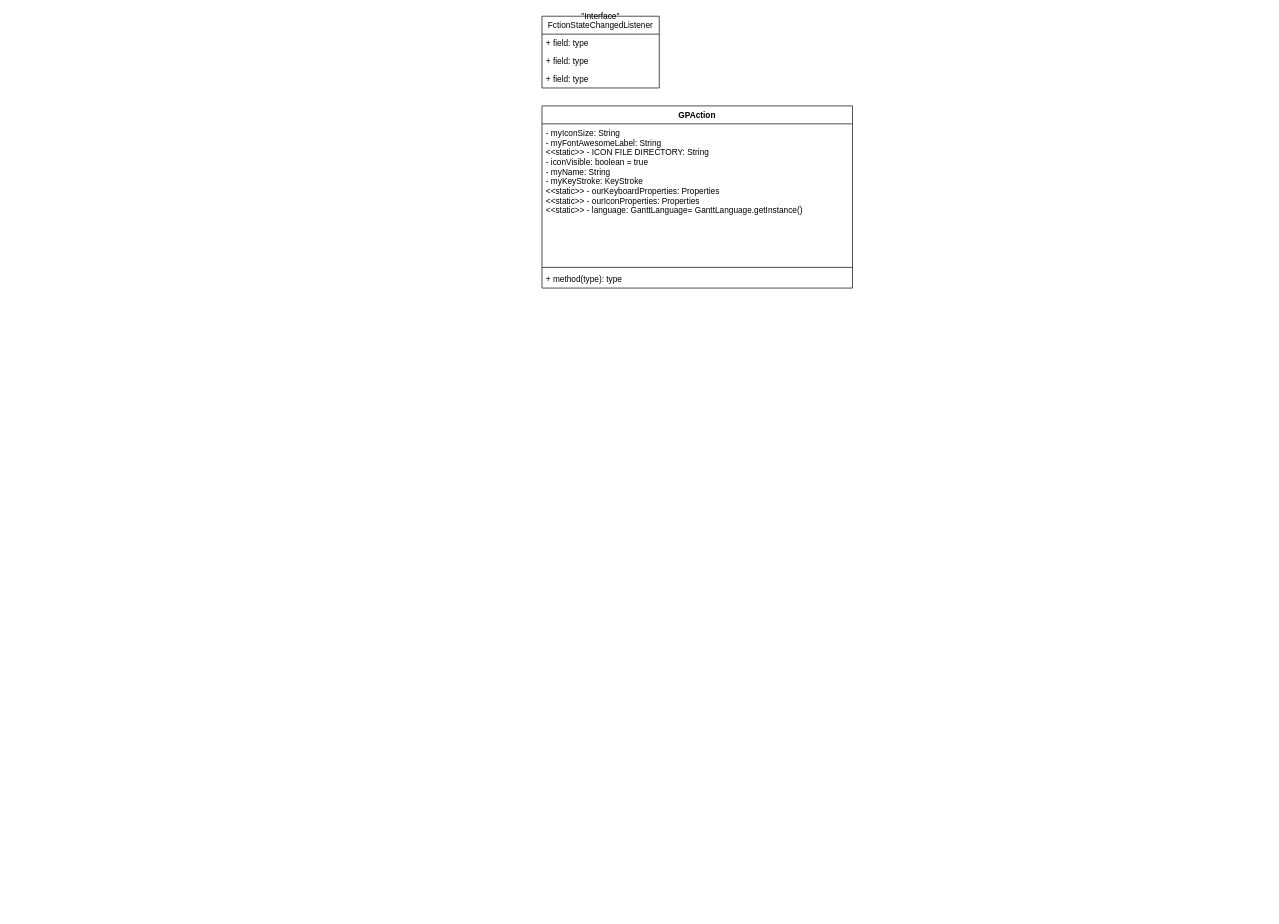
This is riverse.drawio from victoriayolshina/dia, a draw.io file, before an edit. Source tidied: cells renumbered, new cells numbered last; positions are measured from the earlier drawing's top-left corner, leaving out a move shared by most shapes. Both pictures are drawn from the tidied source at 69%, with x=0, y=0 at pixel (542, 16).
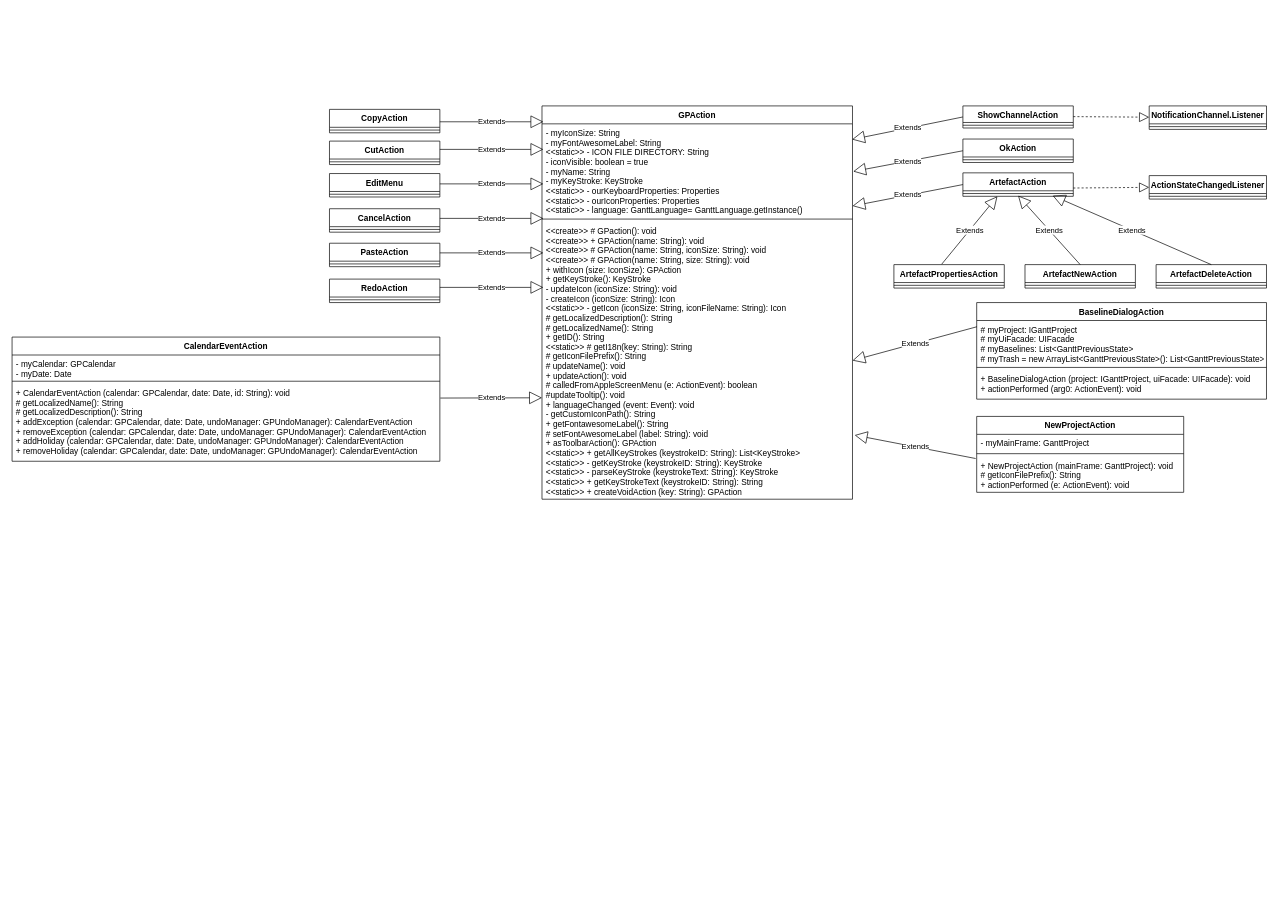
The same page after the edit.

Diff of the diagram source:
```diff
@@
-    <mxCell id="2" value="&quot;Interface&quot;&#10;FctionStateChangedListener&#10;" style="swimlane;fontStyle=0;horizontal=1;startSize=26;fillColor=none;" parent="1" vertex="1">
-      <mxGeometry width="170" height="104" as="geometry" />
-    </mxCell>
-    <mxCell id="3" value="+ field: type" style="text;strokeColor=none;fillColor=none;align=left;verticalAlign=top;spacingLeft=4;spacingRight=4;overflow=hidden;" parent="2" vertex="1">
-      <mxGeometry y="26" width="170" height="26" as="geometry" />
-    </mxCell>
-    <mxCell id="4" value="+ field: type" style="text;strokeColor=none;fillColor=none;align=left;verticalAlign=top;spacingLeft=4;spacingRight=4;overflow=hidden;" parent="2" vertex="1">
-      <mxGeometry y="52" width="170" height="26" as="geometry" />
-    </mxCell>
-    <mxCell id="5" value="+ field: type" style="text;strokeColor=none;fillColor=none;align=left;verticalAlign=top;spacingLeft=4;spacingRight=4;overflow=hidden;" parent="2" vertex="1">
-      <mxGeometry y="78" width="170" height="26" as="geometry" />
-    </mxCell>
+    <mxCell id="10" style="edgeStyle=orthogonalEdgeStyle;rounded=0;orthogonalLoop=1;jettySize=auto;html=1;" parent="1" edge="1">
+      <mxGeometry relative="1" as="geometry">
+        <mxPoint x="-145" y="1290" as="sourcePoint" />
+        <mxPoint x="-145" y="1290" as="targetPoint" />
+      </mxGeometry>
+    </mxCell>
     <mxCell id="6" value="GPAction" style="swimlane;fontStyle=1;align=center;verticalAlign=top;horizontal=1;startSize=26;" parent="1" vertex="1">
-      <mxGeometry y="130" width="450" height="264" as="geometry" />
+      <mxGeometry y="130" width="450" height="570" as="geometry" />
     </mxCell>
     <mxCell id="7" value="- myIconSize: String&#10;- myFontAwesomeLabel: String&#10;&lt;&lt;static&gt;&gt; - ICON FILE DIRECTORY: String&#10;- iconVisible: boolean = true&#10;- myName: String&#10;- myKeyStroke: KeyStroke&#10;&lt;&lt;static&gt;&gt; - ourKeyboardProperties: Properties&#10;&lt;&lt;static&gt;&gt; - ourIconProperties: Properties&#10;&lt;&lt;static&gt;&gt; - language: GanttLanguage= GanttLanguage.getInstance()&#10;" style="text;strokeColor=none;fillColor=none;align=left;verticalAlign=top;spacingLeft=4;spacingRight=4;overflow=hidden;" parent="6" vertex="1">
-      <mxGeometry y="26" width="450" height="204" as="geometry" />
+      <mxGeometry y="26" width="450" height="134" as="geometry" />
     </mxCell>
     <mxCell id="8" style="line;strokeWidth=1;fillColor=none;align=left;verticalAlign=middle;spacingTop=-1;spacingLeft=3;spacingRight=3;labelPosition=right;" parent="6" vertex="1">
-      <mxGeometry y="230" width="450" height="8" as="geometry" />
+      <mxGeometry y="160" width="450" height="8" as="geometry" />
     </mxCell>
-    <mxCell id="9" value="+ method(type): type" style="text;strokeColor=none;fillColor=none;align=left;verticalAlign=top;spacingLeft=4;spacingRight=4;overflow=hidden;points=[[0,0.5],[1,0.5]];portConstraint=eastwest;" parent="6" vertex="1">
-      <mxGeometry y="238" width="450" height="26" as="geometry" />
+    <mxCell id="9" value="&lt;&lt;create&gt;&gt; # GPaction(): void&#10;&lt;&lt;create&gt;&gt; + GPAction(name: String): void&#10;&lt;&lt;create&gt;&gt; # GPAction(name: String, iconSize: String): void&#10;&lt;&lt;create&gt;&gt; # GPAction(name: String, size: String): void&#10;+ withIcon (size: IconSize): GPAction&#10;+ getKeyStroke(): KeyStroke&#10;- updateIcon (iconSize: String): void&#10;- createIcon (iconSize: String): Icon&#10;&lt;&lt;static&gt;&gt; - getIcon (iconSize: String, iconFileName: String): Icon&#10;# getLocalizedDescription(): String&#10;# getLocalizedName(): String&#10;+ getID(): String&#10;&lt;&lt;static&gt;&gt; # getI18n(key: String): String&#10;# getIconFilePrefix(): String&#10;# updateName(): void&#10;+ updateAction(): void&#10;# calledFromAppleScreenMenu (e: ActionEvent): boolean&#10;#updateTooltip(): void&#10;+ languageChanged (event: Event): void&#10;- getCustomIconPath(): String&#10;+ getFontawesomeLabel(): String&#10;# setFontAwesomeLabel (label: String): void&#10;+ asToolbarAction(): GPAction&#10;&lt;&lt;static&gt;&gt; + getAllKeyStrokes (keystrokeID: String): List&lt;KeyStroke&gt;&#10;&lt;&lt;static&gt;&gt; - getKeyStroke (keystrokeID: String): KeyStroke&#10;&lt;&lt;static&gt;&gt; - parseKeyStroke (keystrokeText: String): KeyStroke&#10;&lt;&lt;static&gt;&gt; + getKeyStrokeText (keystrokeID: String): String&#10;&lt;&lt;static&gt;&gt; + createVoidAction (key: String): GPAction&#10;" style="text;strokeColor=none;fillColor=none;align=left;verticalAlign=top;spacingLeft=4;spacingRight=4;overflow=hidden;points=[[0,0.5],[1,0.5]];portConstraint=eastwest;" parent="6" vertex="1">
+      <mxGeometry y="168" width="450" height="402" as="geometry" />
     </mxCell>
+    <mxCell id="11" value="ShowChannelAction" style="swimlane;fontStyle=1;align=center;verticalAlign=top;horizontal=1;startSize=24;" parent="1" vertex="1">
+      <mxGeometry x="610" y="130" width="160" height="32" as="geometry" />
+    </mxCell>
+    <mxCell id="12" style="line;strokeWidth=1;fillColor=none;align=left;verticalAlign=middle;spacingTop=-1;spacingLeft=3;spacingRight=3;labelPosition=right;" parent="11" vertex="1">
+      <mxGeometry y="24" width="160" height="8" as="geometry" />
+    </mxCell>
+    <mxCell id="13" value="Extends" style="endArrow=block;endSize=16;endFill=0;html=1;exitX=0;exitY=0.5;exitDx=0;exitDy=0;entryX=0.999;entryY=0.467;entryDx=0;entryDy=0;entryPerimeter=0;" parent="1" edge="1" source="11">
+      <mxGeometry relative="1" as="geometry">
+        <mxPoint x="449.4" y="178.6" as="targetPoint" />
+      </mxGeometry>
+    </mxCell>
+    <mxCell id="14" style="endArrow=block;dashed=1;endFill=0;endSize=12;html=1;" parent="1" edge="1" target="15">
+      <mxGeometry relative="1" as="geometry">
+        <mxPoint x="770" y="145.5" as="sourcePoint" />
+      </mxGeometry>
+    </mxCell>
+    <mxCell id="15" value="NotificationChannel.Listener" style="swimlane;fontStyle=1;align=center;verticalAlign=top;horizontal=1;startSize=26;" parent="1" vertex="1">
+      <mxGeometry x="880" y="130" width="170" height="34" as="geometry" />
+    </mxCell>
+    <mxCell id="16" style="line;strokeWidth=1;fillColor=none;align=left;verticalAlign=middle;spacingTop=-1;spacingLeft=3;spacingRight=3;labelPosition=right;" parent="15" vertex="1">
+      <mxGeometry y="26" width="170" height="8" as="geometry" />
+    </mxCell>
+    <mxCell id="17" value="OkAction" style="swimlane;fontStyle=1;align=center;verticalAlign=top;horizontal=1;startSize=26;" parent="1" vertex="1">
+      <mxGeometry x="610" y="178" width="160" height="34" as="geometry" />
+    </mxCell>
+    <mxCell id="18" style="line;strokeWidth=1;fillColor=none;align=left;verticalAlign=middle;spacingTop=-1;spacingLeft=3;spacingRight=3;labelPosition=right;" parent="17" vertex="1">
+      <mxGeometry y="26" width="160" height="8" as="geometry" />
+    </mxCell>
+    <mxCell id="19" value="Extends" style="endArrow=block;endSize=16;endFill=0;html=1;exitX=0;exitY=0.5;exitDx=0;exitDy=0;entryX=1.003;entryY=0.813;entryDx=0;entryDy=0;entryPerimeter=0;" parent="1" edge="1" source="17">
+      <mxGeometry relative="1" as="geometry">
+        <mxPoint x="451" y="225" as="targetPoint" />
+      </mxGeometry>
+    </mxCell>
+    <mxCell id="20" value="ArtefactAction" style="swimlane;fontStyle=1;align=center;verticalAlign=top;horizontal=1;startSize=26;" parent="1" vertex="1">
+      <mxGeometry x="610" y="227" width="160" height="34" as="geometry" />
+    </mxCell>
+    <mxCell id="21" style="line;strokeWidth=1;fillColor=none;align=left;verticalAlign=middle;spacingTop=-1;spacingLeft=3;spacingRight=3;labelPosition=right;" parent="20" vertex="1">
+      <mxGeometry y="26" width="160" height="8" as="geometry" />
+    </mxCell>
+    <mxCell id="22" value="ActionStateChangedListener" style="swimlane;fontStyle=1;align=center;verticalAlign=top;horizontal=1;startSize=26;" parent="1" vertex="1">
+      <mxGeometry x="880" y="231" width="170" height="34" as="geometry" />
+    </mxCell>
+    <mxCell id="23" style="line;strokeWidth=1;fillColor=none;align=left;verticalAlign=middle;spacingTop=-1;spacingLeft=3;spacingRight=3;labelPosition=right;" parent="22" vertex="1">
+      <mxGeometry y="26" width="170" height="8" as="geometry" />
+    </mxCell>
+    <mxCell id="24" style="endArrow=block;dashed=1;endFill=0;endSize=12;html=1;" parent="1" edge="1">
+      <mxGeometry relative="1" as="geometry">
+        <mxPoint x="770" y="249" as="sourcePoint" />
+        <mxPoint x="880" y="248" as="targetPoint" />
+      </mxGeometry>
+    </mxCell>
+    <mxCell id="25" value="Extends" style="endArrow=block;endSize=16;endFill=0;html=1;exitX=0;exitY=0.5;exitDx=0;exitDy=0;" parent="1" edge="1" source="20">
+      <mxGeometry relative="1" as="geometry">
+        <mxPoint x="450" y="275" as="targetPoint" />
+      </mxGeometry>
+    </mxCell>
+    <mxCell id="26" value="ArtefactDeleteAction" style="swimlane;fontStyle=1;align=center;verticalAlign=top;horizontal=1;startSize=26;" parent="1" vertex="1">
+      <mxGeometry x="890" y="360" width="160" height="34" as="geometry" />
+    </mxCell>
+    <mxCell id="27" style="line;strokeWidth=1;fillColor=none;align=left;verticalAlign=middle;spacingTop=-1;spacingLeft=3;spacingRight=3;labelPosition=right;" parent="26" vertex="1">
+      <mxGeometry y="26" width="160" height="8" as="geometry" />
+    </mxCell>
+    <mxCell id="28" value="ArtefactNewAction" style="swimlane;fontStyle=1;align=center;verticalAlign=top;horizontal=1;startSize=26;" parent="1" vertex="1">
+      <mxGeometry x="700" y="360" width="160" height="34" as="geometry" />
+    </mxCell>
+    <mxCell id="29" style="line;strokeWidth=1;fillColor=none;align=left;verticalAlign=middle;spacingTop=-1;spacingLeft=3;spacingRight=3;labelPosition=right;" parent="28" vertex="1">
+      <mxGeometry y="26" width="160" height="8" as="geometry" />
+    </mxCell>
+    <mxCell id="30" value="ArtefactPropertiesAction" style="swimlane;fontStyle=1;align=center;verticalAlign=top;horizontal=1;startSize=26;" parent="1" vertex="1">
+      <mxGeometry x="510" y="360" width="160" height="34" as="geometry" />
+    </mxCell>
+    <mxCell id="31" style="line;strokeWidth=1;fillColor=none;align=left;verticalAlign=middle;spacingTop=-1;spacingLeft=3;spacingRight=3;labelPosition=right;" parent="30" vertex="1">
+      <mxGeometry y="26" width="160" height="8" as="geometry" />
+    </mxCell>
+    <mxCell id="32" value="Extends" style="endArrow=block;endSize=16;endFill=0;html=1;exitX=0.433;exitY=-0.018;exitDx=0;exitDy=0;exitPerimeter=0;" parent="1" edge="1" source="30">
+      <mxGeometry relative="1" as="geometry">
+        <mxPoint x="660" y="261" as="targetPoint" />
+      </mxGeometry>
+    </mxCell>
+    <mxCell id="33" value="Extends" style="endArrow=block;endSize=16;endFill=0;html=1;exitX=0.5;exitY=0;exitDx=0;exitDy=0;" parent="1" edge="1" source="28">
+      <mxGeometry relative="1" as="geometry">
+        <mxPoint x="690" y="260" as="targetPoint" />
+      </mxGeometry>
+    </mxCell>
+    <mxCell id="34" value="Extends" style="endArrow=block;endSize=16;endFill=0;html=1;exitX=0.5;exitY=0;exitDx=0;exitDy=0;" parent="1" edge="1" source="26">
+      <mxGeometry relative="1" as="geometry">
+        <mxPoint x="740" y="260" as="targetPoint" />
+      </mxGeometry>
+    </mxCell>
+    <mxCell id="35" value="BaselineDialogAction" style="swimlane;fontStyle=1;align=center;verticalAlign=top;horizontal=1;startSize=26;" parent="1" vertex="1">
+      <mxGeometry x="630" y="415" width="420" height="140" as="geometry" />
+    </mxCell>
+    <mxCell id="36" value="# myProject: IGanttProject&#10;# myUiFacade: UIFacade&#10;# myBaselines: List&lt;GanttPreviousState&gt;&#10;# myTrash = new ArrayList&lt;GanttPreviousState&gt;(): List&lt;GanttPreviousState&gt;&#10;" style="text;strokeColor=none;fillColor=none;align=left;verticalAlign=top;spacingLeft=4;spacingRight=4;overflow=hidden;points=[[0,0.5],[1,0.5]];portConstraint=eastwest;" parent="35" vertex="1">
+      <mxGeometry y="26" width="420" height="64" as="geometry" />
+    </mxCell>
+    <mxCell id="37" style="line;strokeWidth=1;fillColor=none;align=left;verticalAlign=middle;spacingTop=-1;spacingLeft=3;spacingRight=3;labelPosition=right;" parent="35" vertex="1">
+      <mxGeometry y="90" width="420" height="8" as="geometry" />
+    </mxCell>
+    <mxCell id="38" value="+ BaselineDialogAction (project: IGanttProject, uiFacade: UIFacade): void&#10;+ actionPerformed (arg0: ActionEvent): void&#10;" style="text;strokeColor=none;fillColor=none;align=left;verticalAlign=top;spacingLeft=4;spacingRight=4;overflow=hidden;" parent="35" vertex="1">
+      <mxGeometry y="98" width="420" height="42" as="geometry" />
+    </mxCell>
+    <mxCell id="39" value="Extends" style="endArrow=block;endSize=16;endFill=0;html=1;exitX=0.001;exitY=0.141;exitDx=0;exitDy=0;entryX=1;entryY=0.5;entryDx=0;entryDy=0;exitPerimeter=0;" parent="1" edge="1" source="36" target="9">
+      <mxGeometry relative="1" as="geometry" />
+    </mxCell>
+    <mxCell id="40" value="CopyAction" style="swimlane;fontStyle=1;align=center;verticalAlign=top;horizontal=1;startSize=26;" parent="1" vertex="1">
+      <mxGeometry x="-308" y="135" width="160" height="34" as="geometry" />
+    </mxCell>
+    <mxCell id="41" style="line;strokeWidth=1;fillColor=none;align=left;verticalAlign=middle;spacingTop=-1;spacingLeft=3;spacingRight=3;labelPosition=right;" parent="40" vertex="1">
+      <mxGeometry y="26" width="160" height="8" as="geometry" />
+    </mxCell>
+    <mxCell id="42" value="NewProjectAction" style="swimlane;fontStyle=1;align=center;verticalAlign=top;horizontal=1;startSize=26;" parent="1" vertex="1">
+      <mxGeometry x="630" y="580" width="300" height="110" as="geometry" />
+    </mxCell>
+    <mxCell id="43" value="- myMainFrame: GanttProject&#10;" style="text;strokeColor=none;fillColor=none;align=left;verticalAlign=top;spacingLeft=4;spacingRight=4;overflow=hidden;" parent="42" vertex="1">
+      <mxGeometry y="26" width="300" height="24" as="geometry" />
+    </mxCell>
+    <mxCell id="44" style="line;strokeWidth=1;fillColor=none;align=left;verticalAlign=middle;spacingTop=-1;spacingLeft=3;spacingRight=3;labelPosition=right;" parent="42" vertex="1">
+      <mxGeometry y="50" width="300" height="8" as="geometry" />
+    </mxCell>
+    <mxCell id="45" value="+ NewProjectAction (mainFrame: GanttProject): void&#10;# getIconFilePrefix(): String&#10;+ actionPerformed (e: ActionEvent): void&#10;" style="text;strokeColor=none;fillColor=none;align=left;verticalAlign=top;spacingLeft=4;spacingRight=4;overflow=hidden;points=[[0,0.5],[1,0.5]];portConstraint=eastwest;" parent="42" vertex="1">
+      <mxGeometry y="58" width="300" height="52" as="geometry" />
+    </mxCell>
+    <mxCell id="46" value="Extends" style="endArrow=block;endSize=16;endFill=0;html=1;exitX=-0.005;exitY=0.058;exitDx=0;exitDy=0;exitPerimeter=0;entryX=1.007;entryY=0.769;entryDx=0;entryDy=0;entryPerimeter=0;" parent="1" edge="1" source="45" target="9">
+      <mxGeometry relative="1" as="geometry" />
+    </mxCell>
+    <mxCell id="47" value="CutAction" style="swimlane;fontStyle=1;align=center;verticalAlign=top;horizontal=1;startSize=26;" parent="1" vertex="1">
+      <mxGeometry x="-308" y="181" width="160" height="34" as="geometry" />
+    </mxCell>
+    <mxCell id="48" style="line;strokeWidth=1;fillColor=none;align=left;verticalAlign=middle;spacingTop=-1;spacingLeft=3;spacingRight=3;labelPosition=right;" parent="47" vertex="1">
+      <mxGeometry y="26" width="160" height="8" as="geometry" />
+    </mxCell>
+    <mxCell id="49" value="EditMenu" style="swimlane;fontStyle=1;align=center;verticalAlign=top;horizontal=1;startSize=26;" parent="1" vertex="1">
+      <mxGeometry x="-308" y="228" width="160" height="34" as="geometry" />
+    </mxCell>
+    <mxCell id="50" style="line;strokeWidth=1;fillColor=none;align=left;verticalAlign=middle;spacingTop=-1;spacingLeft=3;spacingRight=3;labelPosition=right;" parent="49" vertex="1">
+      <mxGeometry y="26" width="160" height="8" as="geometry" />
+    </mxCell>
+    <mxCell id="51" value="Extends" style="endArrow=block;endSize=16;endFill=0;html=1;" parent="1" edge="1">
+      <mxGeometry relative="1" as="geometry">
+        <mxPoint x="-148" y="153" as="sourcePoint" />
+        <mxPoint x="2" y="153" as="targetPoint" />
+      </mxGeometry>
+    </mxCell>
+    <mxCell id="52" value="Extends" style="endArrow=block;endSize=16;endFill=0;html=1;" parent="1" edge="1">
+      <mxGeometry relative="1" as="geometry">
+        <mxPoint x="-148" y="193" as="sourcePoint" />
+        <mxPoint x="2" y="193" as="targetPoint" />
+      </mxGeometry>
+    </mxCell>
+    <mxCell id="53" value="Extends" style="endArrow=block;endSize=16;endFill=0;html=1;" parent="1" edge="1">
+      <mxGeometry relative="1" as="geometry">
+        <mxPoint x="-148" y="243" as="sourcePoint" />
+        <mxPoint x="2" y="243" as="targetPoint" />
+      </mxGeometry>
+    </mxCell>
+    <mxCell id="54" value="CancelAction" style="swimlane;fontStyle=1;align=center;verticalAlign=top;horizontal=1;startSize=26;" parent="1" vertex="1">
+      <mxGeometry x="-308" y="279" width="160" height="34" as="geometry" />
+    </mxCell>
+    <mxCell id="55" style="line;strokeWidth=1;fillColor=none;align=left;verticalAlign=middle;spacingTop=-1;spacingLeft=3;spacingRight=3;labelPosition=right;" parent="54" vertex="1">
+      <mxGeometry y="26" width="160" height="8" as="geometry" />
+    </mxCell>
+    <mxCell id="56" value="PasteAction" style="swimlane;fontStyle=1;align=center;verticalAlign=top;horizontal=1;startSize=26;" parent="1" vertex="1">
+      <mxGeometry x="-308" y="329" width="160" height="34" as="geometry" />
+    </mxCell>
+    <mxCell id="57" style="line;strokeWidth=1;fillColor=none;align=left;verticalAlign=middle;spacingTop=-1;spacingLeft=3;spacingRight=3;labelPosition=right;" parent="56" vertex="1">
+      <mxGeometry y="26" width="160" height="8" as="geometry" />
+    </mxCell>
+    <mxCell id="58" value="Extends" style="endArrow=block;endSize=16;endFill=0;html=1;" parent="1" edge="1">
+      <mxGeometry relative="1" as="geometry">
+        <mxPoint x="-148" y="293" as="sourcePoint" />
+        <mxPoint x="2" y="293" as="targetPoint" />
+      </mxGeometry>
+    </mxCell>
+    <mxCell id="59" value="Extends" style="endArrow=block;endSize=16;endFill=0;html=1;" parent="1" edge="1">
+      <mxGeometry relative="1" as="geometry">
+        <mxPoint x="-148" y="343" as="sourcePoint" />
+        <mxPoint x="2" y="343" as="targetPoint" />
+      </mxGeometry>
+    </mxCell>
+    <mxCell id="60" value="RedoAction" style="swimlane;fontStyle=1;align=center;verticalAlign=top;horizontal=1;startSize=26;" parent="1" vertex="1">
+      <mxGeometry x="-308" y="381" width="160" height="34" as="geometry" />
+    </mxCell>
+    <mxCell id="61" style="line;strokeWidth=1;fillColor=none;align=left;verticalAlign=middle;spacingTop=-1;spacingLeft=3;spacingRight=3;labelPosition=right;" parent="60" vertex="1">
+      <mxGeometry y="26" width="160" height="8" as="geometry" />
+    </mxCell>
+    <mxCell id="62" value="Extends" style="endArrow=block;endSize=16;endFill=0;html=1;" parent="1" edge="1">
+      <mxGeometry relative="1" as="geometry">
+        <mxPoint x="-148" y="393" as="sourcePoint" />
+        <mxPoint x="2" y="393" as="targetPoint" />
+      </mxGeometry>
+    </mxCell>
+    <mxCell id="63" value="CalendarEventAction" style="swimlane;fontStyle=1;align=center;verticalAlign=top;horizontal=1;startSize=26;" parent="1" vertex="1">
+      <mxGeometry x="-768" y="465" width="620" height="180" as="geometry" />
+    </mxCell>
+    <mxCell id="64" value="- myCalendar: GPCalendar&#10;- myDate: Date&#10;" style="text;strokeColor=none;fillColor=none;align=left;verticalAlign=top;spacingLeft=4;spacingRight=4;overflow=hidden;" parent="63" vertex="1">
+      <mxGeometry y="26" width="620" height="34" as="geometry" />
+    </mxCell>
+    <mxCell id="65" style="line;strokeWidth=1;fillColor=none;align=left;verticalAlign=middle;spacingTop=-1;spacingLeft=3;spacingRight=3;labelPosition=right;" parent="63" vertex="1">
+      <mxGeometry y="60" width="620" height="8" as="geometry" />
+    </mxCell>
+    <mxCell id="66" value="+ CalendarEventAction (calendar: GPCalendar, date: Date, id: String): void&#10;# getLocalizedName(): String&#10;# getLocalizedDescription(): String&#10;+ addException (calendar: GPCalendar, date: Date, undoManager: GPUndoManager): CalendarEventAction&#10;+ removeException (calendar: GPCalendar, date: Date, undoManager: GPUndoManager): CalendarEventAction&#10;+ addHoliday (calendar: GPCalendar, date: Date, undoManager: GPUndoManager): CalendarEventAction&#10;+ removeHoliday (calendar: GPCalendar, date: Date, undoManager: GPUndoManager): CalendarEventAction&#10;&#10;" style="text;strokeColor=none;fillColor=none;align=left;verticalAlign=top;spacingLeft=4;spacingRight=4;overflow=hidden;points=[[0,0.5],[1,0.5]];portConstraint=eastwest;" parent="63" vertex="1">
+      <mxGeometry y="68" width="620" height="112" as="geometry" />
+    </mxCell>
+    <mxCell id="67" value="Extends" style="endArrow=block;endSize=16;endFill=0;html=1;exitX=1.001;exitY=0.182;exitDx=0;exitDy=0;exitPerimeter=0;" parent="1" edge="1" source="66">
+      <mxGeometry relative="1" as="geometry">
+        <mxPoint y="553" as="targetPoint" />
+      </mxGeometry>
+    </mxCell>
```
